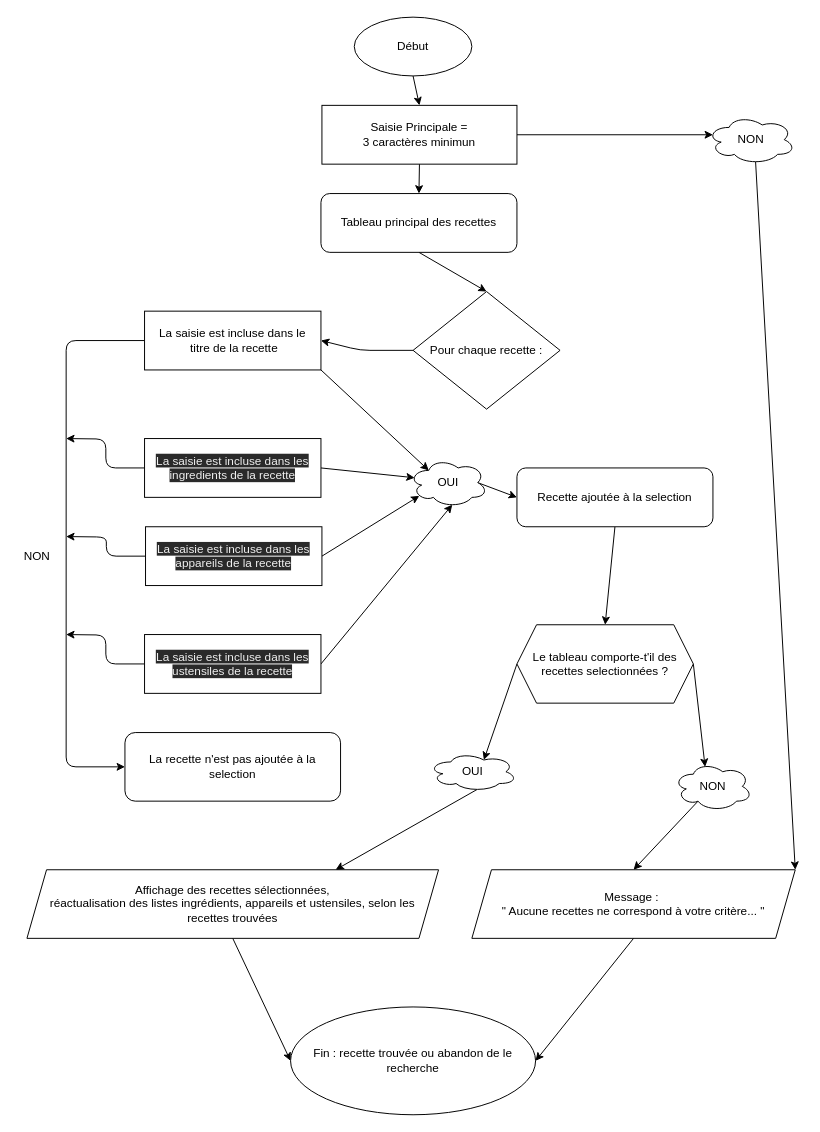
Before: .drawio in Seilhan/Les-petits-plats-projet-7, a draw.io diagram. Source tidied: cells renumbered, new cells numbered last; positions are measured from the earlier drawing's top-left corner, leaving out a move shared by most shapes. Both pictures are drawn from the tidied source at 98%, with x=0, y=0 at pixel (17, 17).
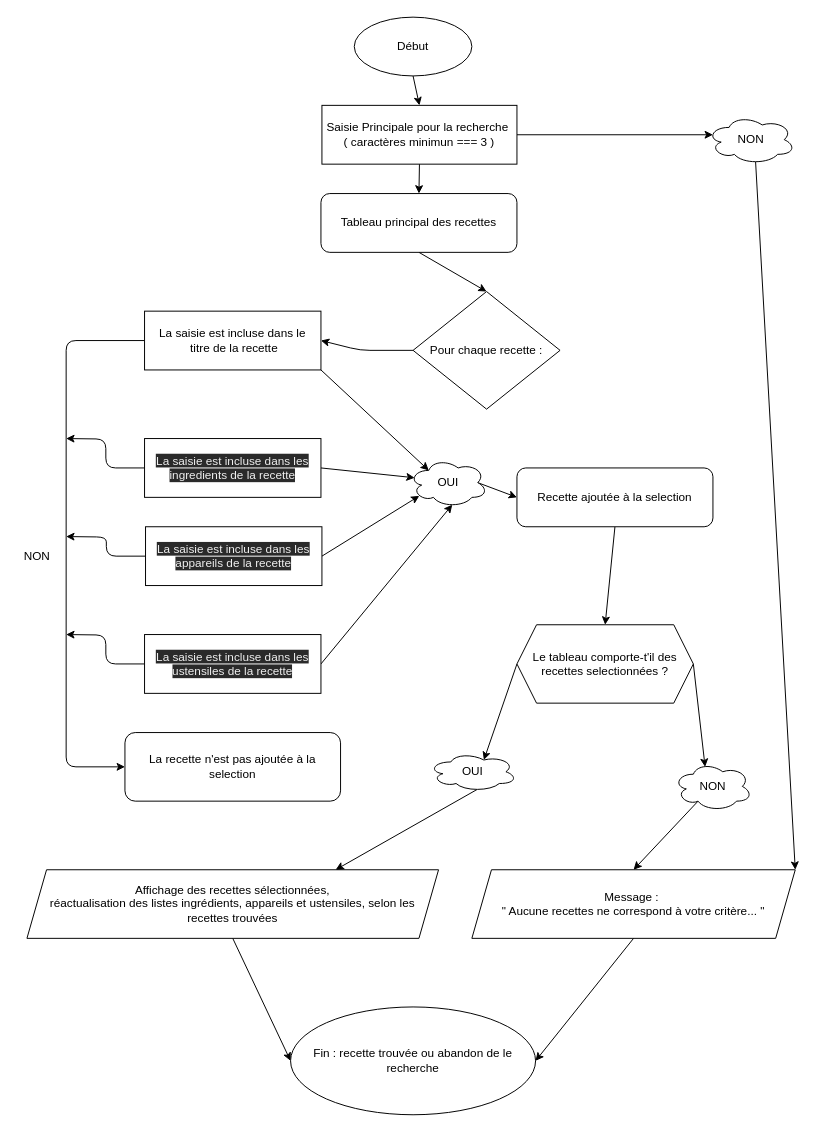
The same diagram, later.

Commit message (it also covers changes not shown here):
correction searchBar

Diff of the diagram source:
```diff
@@
-    <mxCell id="6" value="Saisie Principale =&lt;br&gt;3 caractères minimun" style="whiteSpace=wrap;html=1;" parent="1" vertex="1">
+    <mxCell id="6" value="Saisie Principale pour la recherche&amp;nbsp;&lt;br&gt;( caractères minimun === 3 )" style="whiteSpace=wrap;html=1;" parent="1" vertex="1">
       <mxGeometry x="311" y="90" width="199" height="60" as="geometry" />
     </mxCell>
```
